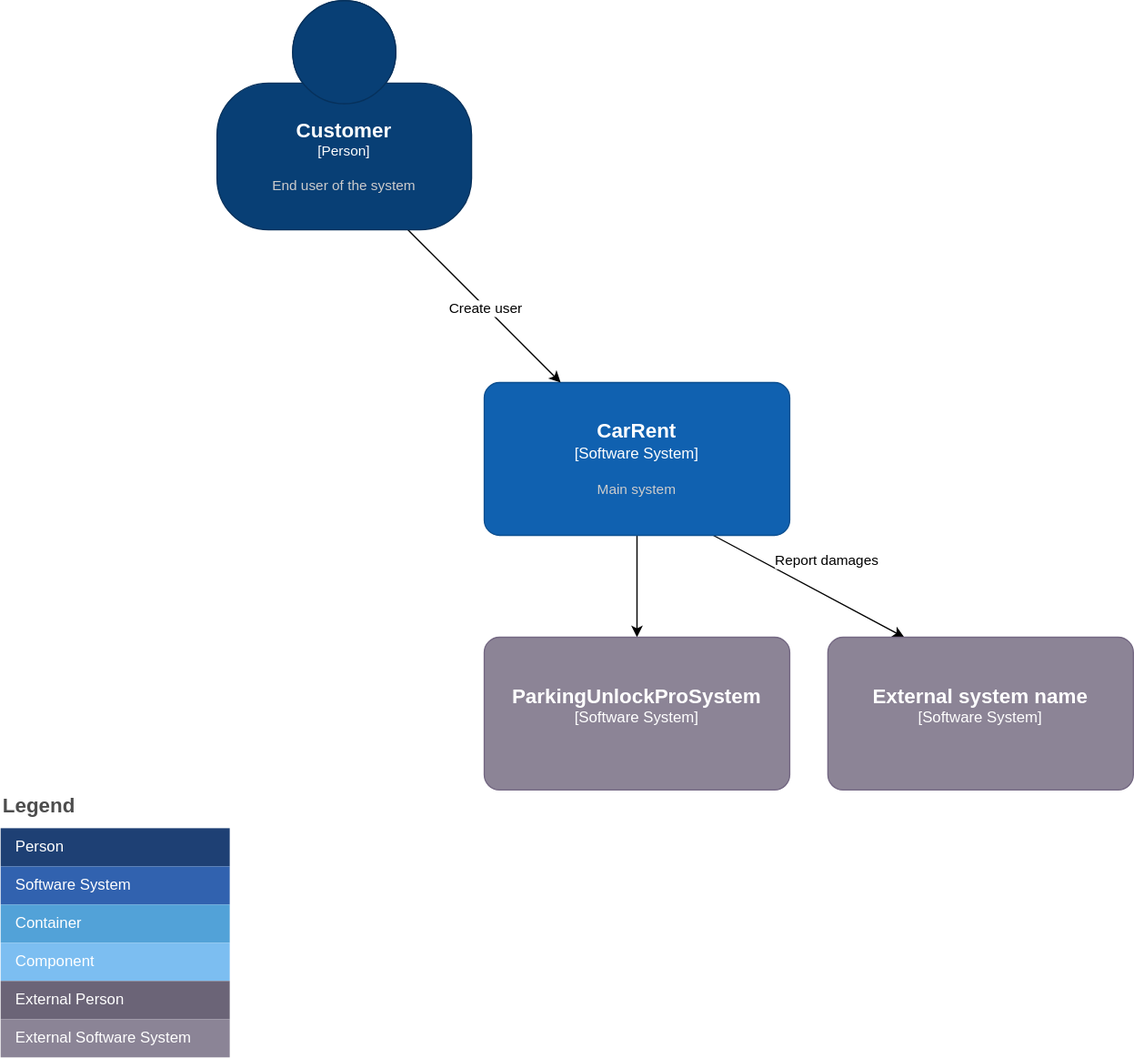
This is docs/vision/system-context-diagram.drawio.svg from eliasgoette/CarRent, a draw.io export, as it was before one commit. Source tidied: cells renumbered, new cells last; positions are measured from the earlier drawing's top-left corner, leaving out a move shared by most shapes. The source it was exported from:
```xml
<mxGraphModel>
  <root>
    <mxCell id="0" />
    <mxCell id="1" parent="0" />
    <mxCell id="2" style="edgeStyle=none;html=1;exitX=0.75;exitY=1;exitDx=0;exitDy=0;exitPerimeter=0;entryX=0.25;entryY=0;entryDx=0;entryDy=0;entryPerimeter=0;" parent="1" edge="1" source="5" target="17">
      <mxGeometry relative="1" as="geometry" />
    </mxCell>
    <mxCell id="3" value="Report damages" style="edgeLabel;html=1;align=center;verticalAlign=middle;" parent="2" vertex="1">
      <mxGeometry x="0.42" y="-1" relative="1" as="geometry">
        <mxPoint x="-17" y="-38" as="offset" />
      </mxGeometry>
    </mxCell>
    <mxCell id="4" style="edgeStyle=none;html=1;exitX=0.5;exitY=1;exitDx=0;exitDy=0;exitPerimeter=0;entryX=0.5;entryY=0;entryDx=0;entryDy=0;entryPerimeter=0;" parent="1" edge="1" source="5" target="18">
      <mxGeometry relative="1" as="geometry" />
    </mxCell>
    <object id="5" label="&lt;font style=&quot;font-size: 16px&quot;&gt;&lt;b&gt;%c4Name%&lt;/b&gt;&lt;/font&gt;&lt;div&gt;[%c4Type%]&lt;/div&gt;&lt;br&gt;&lt;div&gt;&lt;font style=&quot;font-size: 11px&quot;&gt;&lt;font color=&quot;#cccccc&quot;&gt;%c4Description%&lt;/font&gt;&lt;/div&gt;" c4Description="Main system" c4Name="CarRent" c4Type="Software System" placeholders="1">
      <mxCell style="rounded=1;whiteSpace=wrap;html=1;labelBackgroundColor=none;fillColor=#1061B0;fontColor=#ffffff;align=center;arcSize=10;strokeColor=#0D5091;points=[[0.25,0,0],[0.5,0,0],[0.75,0,0],[1,0.25,0],[1,0.5,0],[1,0.75,0],[0.75,1,0],[0.5,1,0],[0.25,1,0],[0,0.75,0],[0,0.5,0],[0,0.25,0]];" parent="1" vertex="1">
        <mxGeometry x="380" y="300" width="240" height="120" as="geometry" />
      </mxCell>
    </object>
    <mxCell id="6" value="Legend" style="align=left;fontSize=16;fontStyle=1;strokeColor=none;fillColor=none;fontColor=#4D4D4D;spacingTop=-8;" parent="1" vertex="1">
      <mxGeometry y="620" width="180" height="30" as="geometry" />
    </mxCell>
    <mxCell id="7" style="shape=table;html=1;whiteSpace=wrap;startSize=0;fillColor=none;align=left;spacingLeft=10;strokeColor=none;rounded=1;arcSize=11;fontColor=#FFFFFF;" parent="1" vertex="1">
      <mxGeometry y="650" width="180" height="180" as="geometry" />
    </mxCell>
    <mxCell id="8" value="Person" style="shape=partialRectangle;html=1;whiteSpace=wrap;fillColor=#1E4074;top=0;left=0;bottom=0;right=0;overflow=hidden;align=left;spacingLeft=10;strokeColor=none;fontColor=#FFFFFF;" parent="7" vertex="1">
      <mxGeometry width="180" height="30" as="geometry" />
    </mxCell>
    <mxCell id="9" value="Software System" style="shape=partialRectangle;html=1;whiteSpace=wrap;fillColor=#3162AF;top=0;left=0;bottom=0;right=0;overflow=hidden;align=left;spacingLeft=10;fontColor=#FFFFFF;" parent="7" vertex="1">
      <mxGeometry y="30" width="180" height="30" as="geometry" />
    </mxCell>
    <mxCell id="10" value="Container" style="shape=partialRectangle;html=1;whiteSpace=wrap;fillColor=#52A2D8;top=0;left=0;bottom=0;right=0;overflow=hidden;align=left;spacingLeft=10;fontColor=#FFFFFF;" parent="7" vertex="1">
      <mxGeometry y="60" width="180" height="30" as="geometry" />
    </mxCell>
    <mxCell id="11" value="Component" style="shape=partialRectangle;html=1;whiteSpace=wrap;fillColor=#7CBEF1;top=0;left=0;bottom=0;right=0;overflow=hidden;align=left;spacingLeft=10;fontColor=#FFFFFF;" parent="7" vertex="1">
      <mxGeometry y="90" width="180" height="30" as="geometry" />
    </mxCell>
    <mxCell id="12" value="External Person" style="shape=partialRectangle;html=1;whiteSpace=wrap;fillColor=#6B6477;top=0;left=0;bottom=0;right=0;overflow=hidden;align=left;spacingLeft=10;fontColor=#FFFFFF;" parent="7" vertex="1">
      <mxGeometry y="120" width="180" height="30" as="geometry" />
    </mxCell>
    <mxCell id="13" value="External Software System" style="shape=partialRectangle;html=1;whiteSpace=wrap;fillColor=#8B8496;top=0;left=0;bottom=0;right=0;overflow=hidden;align=left;spacingLeft=10;fontColor=#FFFFFF;" parent="7" vertex="1">
      <mxGeometry y="150" width="180" height="30" as="geometry" />
    </mxCell>
    <mxCell id="14" style="edgeStyle=none;html=1;exitX=0.75;exitY=1;exitDx=0;exitDy=0;exitPerimeter=0;entryX=0.25;entryY=0;entryDx=0;entryDy=0;entryPerimeter=0;" parent="1" edge="1" source="16" target="5">
      <mxGeometry relative="1" as="geometry" />
    </mxCell>
    <mxCell id="15" value="Create user" style="edgeLabel;html=1;align=center;verticalAlign=middle;" parent="14" vertex="1">
      <mxGeometry x="0.25" y="2" relative="1" as="geometry">
        <mxPoint x="-16" y="-13" as="offset" />
      </mxGeometry>
    </mxCell>
    <object id="16" label="&lt;font style=&quot;font-size: 16px&quot;&gt;&lt;b&gt;%c4Name%&lt;/b&gt;&lt;/font&gt;&lt;div&gt;[%c4Type%]&lt;/div&gt;&lt;br&gt;&lt;div&gt;&lt;font style=&quot;font-size: 11px&quot;&gt;&lt;font color=&quot;#cccccc&quot;&gt;%c4Description%&lt;/font&gt;&lt;/div&gt;" c4Description="End user of the system" c4Name="Customer" c4Type="Person" placeholders="1">
      <mxCell style="html=1;fontSize=11;dashed=0;whiteSpace=wrap;fillColor=#083F75;strokeColor=#06315C;fontColor=#ffffff;shape=mxgraph.c4.person2;align=center;points=[[0.5,0,0],[1,0.5,0],[1,0.75,0],[0.75,1,0],[0.5,1,0],[0.25,1,0],[0,0.75,0],[0,0.5,0]];glass=0;" parent="1" vertex="1">
        <mxGeometry x="170" width="200" height="180" as="geometry" />
      </mxCell>
    </object>
    <object id="17" label="&lt;font style=&quot;font-size: 16px&quot;&gt;&lt;b&gt;%c4Name%&lt;/b&gt;&lt;/font&gt;&lt;div&gt;[%c4Type%]&lt;/div&gt;&lt;br&gt;&lt;div&gt;&lt;font style=&quot;font-size: 11px&quot;&gt;&lt;font color=&quot;#cccccc&quot;&gt;%c4Description%&lt;/font&gt;&lt;/div&gt;" c4Description="" c4Name="External system name" c4Type="Software System" placeholders="1">
      <mxCell style="rounded=1;whiteSpace=wrap;html=1;labelBackgroundColor=none;fillColor=#8C8496;fontColor=#ffffff;align=center;arcSize=10;strokeColor=#736782;points=[[0.25,0,0],[0.5,0,0],[0.75,0,0],[1,0.25,0],[1,0.5,0],[1,0.75,0],[0.75,1,0],[0.5,1,0],[0.25,1,0],[0,0.75,0],[0,0.5,0],[0,0.25,0]];glass=0;" parent="1" vertex="1">
        <mxGeometry x="650" y="500" width="240" height="120" as="geometry" />
      </mxCell>
    </object>
    <object id="18" label="&lt;font style=&quot;font-size: 16px&quot;&gt;&lt;b&gt;%c4Name%&lt;/b&gt;&lt;/font&gt;&lt;div&gt;[%c4Type%]&lt;/div&gt;&lt;br&gt;&lt;div&gt;&lt;font style=&quot;font-size: 11px&quot;&gt;&lt;font color=&quot;#cccccc&quot;&gt;%c4Description%&lt;/font&gt;&lt;/div&gt;" c4Description="" c4Name="ParkingUnlockProSystem" c4Type="Software System" placeholders="1">
      <mxCell style="rounded=1;whiteSpace=wrap;html=1;labelBackgroundColor=none;fillColor=#8C8496;fontColor=#ffffff;align=center;arcSize=10;strokeColor=#736782;points=[[0.25,0,0],[0.5,0,0],[0.75,0,0],[1,0.25,0],[1,0.5,0],[1,0.75,0],[0.75,1,0],[0.5,1,0],[0.25,1,0],[0,0.75,0],[0,0.5,0],[0,0.25,0]];glass=0;" parent="1" vertex="1">
        <mxGeometry x="380" y="500" width="240" height="120" as="geometry" />
      </mxCell>
    </object>
  </root>
</mxGraphModel>
```
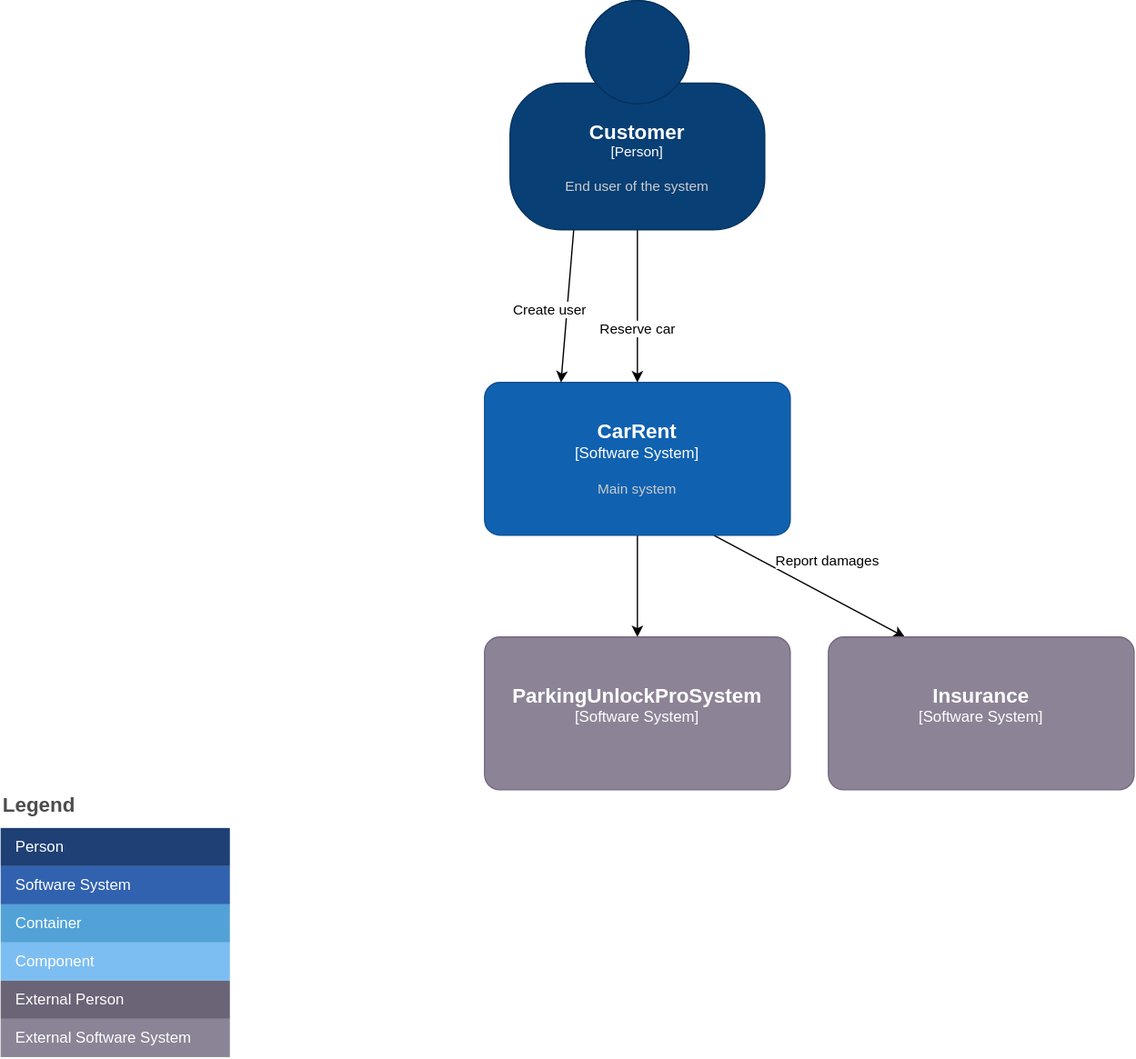
Above is the later version.

Commit message:
Worked on vision

Diff of the diagram source:
```diff
@@ -42,7 +42,7 @@
     <mxCell id="13" value="External Software System" style="shape=partialRectangle;html=1;whiteSpace=wrap;fillColor=#8B8496;top=0;left=0;bottom=0;right=0;overflow=hidden;align=left;spacingLeft=10;fontColor=#FFFFFF;" parent="7" vertex="1">
       <mxGeometry y="150" width="180" height="30" as="geometry" />
     </mxCell>
-    <mxCell id="14" style="edgeStyle=none;html=1;exitX=0.75;exitY=1;exitDx=0;exitDy=0;exitPerimeter=0;entryX=0.25;entryY=0;entryDx=0;entryDy=0;entryPerimeter=0;" parent="1" edge="1" source="16" target="5">
+    <mxCell id="14" style="edgeStyle=none;html=1;exitX=0.25;exitY=1;exitDx=0;exitDy=0;exitPerimeter=0;entryX=0.25;entryY=0;entryDx=0;entryDy=0;entryPerimeter=0;" parent="1" edge="1" source="16" target="5">
       <mxGeometry relative="1" as="geometry" />
     </mxCell>
     <mxCell id="15" value="Create user" style="edgeLabel;html=1;align=center;verticalAlign=middle;" parent="14" vertex="1">
@@ -50,12 +50,18 @@
         <mxPoint x="-16" y="-13" as="offset" />
       </mxGeometry>
     </mxCell>
+    <mxCell id="19" style="edgeStyle=none;html=1;exitX=0.5;exitY=1;exitDx=0;exitDy=0;exitPerimeter=0;" parent="1" edge="1" source="16" target="5">
+      <mxGeometry relative="1" as="geometry" />
+    </mxCell>
+    <mxCell id="20" value="Reserve car" style="edgeLabel;html=1;align=center;verticalAlign=middle;" parent="19" vertex="1">
+      <mxGeometry x="0.27" y="-1" relative="1" as="geometry" />
+    </mxCell>
     <object id="16" label="&lt;font style=&quot;font-size: 16px&quot;&gt;&lt;b&gt;%c4Name%&lt;/b&gt;&lt;/font&gt;&lt;div&gt;[%c4Type%]&lt;/div&gt;&lt;br&gt;&lt;div&gt;&lt;font style=&quot;font-size: 11px&quot;&gt;&lt;font color=&quot;#cccccc&quot;&gt;%c4Description%&lt;/font&gt;&lt;/div&gt;" c4Description="End user of the system" c4Name="Customer" c4Type="Person" placeholders="1">
       <mxCell style="html=1;fontSize=11;dashed=0;whiteSpace=wrap;fillColor=#083F75;strokeColor=#06315C;fontColor=#ffffff;shape=mxgraph.c4.person2;align=center;points=[[0.5,0,0],[1,0.5,0],[1,0.75,0],[0.75,1,0],[0.5,1,0],[0.25,1,0],[0,0.75,0],[0,0.5,0]];glass=0;" parent="1" vertex="1">
-        <mxGeometry x="170" width="200" height="180" as="geometry" />
+        <mxGeometry x="400" width="200" height="180" as="geometry" />
       </mxCell>
     </object>
-    <object id="17" label="&lt;font style=&quot;font-size: 16px&quot;&gt;&lt;b&gt;%c4Name%&lt;/b&gt;&lt;/font&gt;&lt;div&gt;[%c4Type%]&lt;/div&gt;&lt;br&gt;&lt;div&gt;&lt;font style=&quot;font-size: 11px&quot;&gt;&lt;font color=&quot;#cccccc&quot;&gt;%c4Description%&lt;/font&gt;&lt;/div&gt;" c4Description="" c4Name="External system name" c4Type="Software System" placeholders="1">
+    <object id="17" label="&lt;font style=&quot;font-size: 16px&quot;&gt;&lt;b&gt;%c4Name%&lt;/b&gt;&lt;/font&gt;&lt;div&gt;[%c4Type%]&lt;/div&gt;&lt;br&gt;&lt;div&gt;&lt;font style=&quot;font-size: 11px&quot;&gt;&lt;font color=&quot;#cccccc&quot;&gt;%c4Description%&lt;/font&gt;&lt;/div&gt;" c4Description="" c4Name="Insurance" c4Type="Software System" placeholders="1">
       <mxCell style="rounded=1;whiteSpace=wrap;html=1;labelBackgroundColor=none;fillColor=#8C8496;fontColor=#ffffff;align=center;arcSize=10;strokeColor=#736782;points=[[0.25,0,0],[0.5,0,0],[0.75,0,0],[1,0.25,0],[1,0.5,0],[1,0.75,0],[0.75,1,0],[0.5,1,0],[0.25,1,0],[0,0.75,0],[0,0.5,0],[0,0.25,0]];glass=0;" parent="1" vertex="1">
         <mxGeometry x="650" y="500" width="240" height="120" as="geometry" />
       </mxCell>
```
